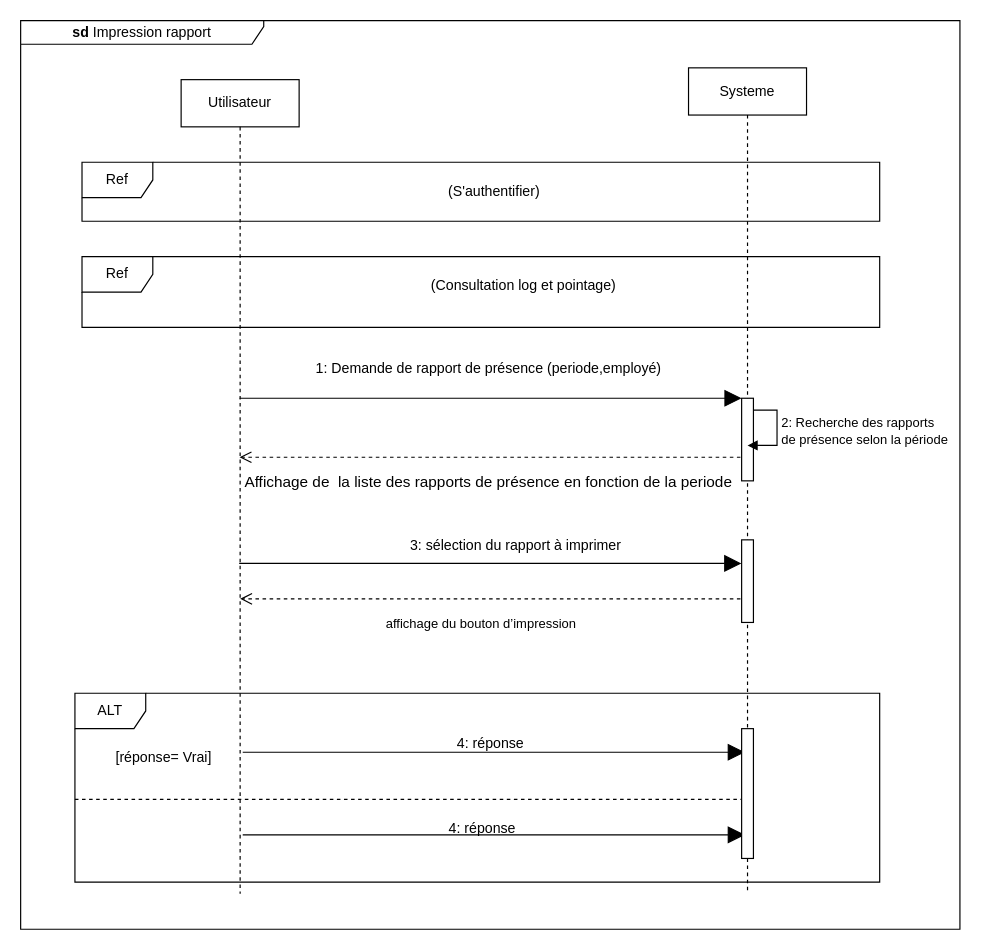
The draw.io diagram static/Diagramme De séquence rapport.drawio in Siluearsene/borne_biometrique, before the edit. Source tidied: cells renumbered, new cells numbered last; positions are measured from the earlier drawing's top-left corner, leaving out a move shared by most shapes. Both pictures are drawn from the tidied source at 118%, with x=0, y=0 at pixel (20, 20).
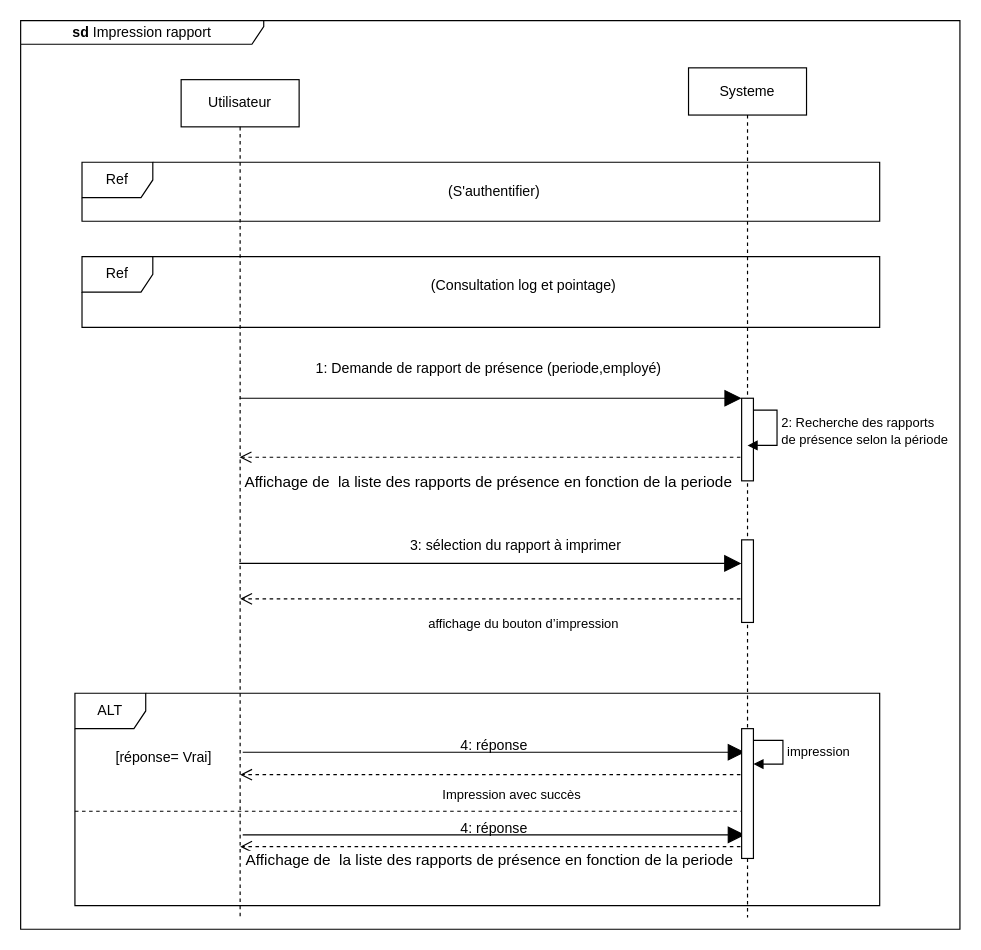
The same page after the edit.

Commit message (it also covers changes not shown here):
Mettre à jour Diagramme De séquence rapport.drawio

The change refers to these unchanged cells:
```xml
<mxCell id="19" style="html=1;verticalAlign=bottom;endArrow=open;dashed=1;endSize=8;edgeStyle=elbowEdgeStyle;elbow=vertical;curved=0;rounded=0;" parent="1" edge="1">
  <mxGeometry relative="1" as="geometry">
    <mxPoint x="610" y="490" as="sourcePoint" />
    <mxPoint x="186" y="490" as="targetPoint" />
    <Array as="points">
      <mxPoint x="419" y="490" />
    </Array>
  </mxGeometry>
</mxCell>
<mxCell id="28" style="html=1;points=[];perimeter=orthogonalPerimeter;outlineConnect=0;targetShapes=umlLifeline;portConstraint=eastwest;newEdgeStyle={&quot;edgeStyle&quot;:&quot;elbowEdgeStyle&quot;,&quot;elbow&quot;:&quot;vertical&quot;,&quot;curved&quot;:0,&quot;rounded&quot;:0};rounded=0;" parent="1" vertex="1">
  <mxGeometry x="611" y="600" width="10" height="110" as="geometry" />
</mxCell>
```

What changed in the source:
```diff
@@
     <mxCell id="3" value="Utilisateur" style="shape=umlLifeline;perimeter=lifelinePerimeter;whiteSpace=wrap;html=1;outlineConnect=0;portConstraint=eastwest;newEdgeStyle={&quot;edgeStyle&quot;:&quot;elbowEdgeStyle&quot;,&quot;elbow&quot;:&quot;vertical&quot;,&quot;curved&quot;:0,&quot;rounded&quot;:0};rounded=0;" parent="1" vertex="1">
-      <mxGeometry x="136" y="50" width="100" height="690" as="geometry" />
+      <mxGeometry x="136" y="50" width="100" height="710" as="geometry" />
     </mxCell>
     <mxCell id="4" value="Systeme" style="shape=umlLifeline;perimeter=lifelinePerimeter;whiteSpace=wrap;html=1;outlineConnect=0;portConstraint=eastwest;newEdgeStyle={&quot;edgeStyle&quot;:&quot;elbowEdgeStyle&quot;,&quot;elbow&quot;:&quot;vertical&quot;,&quot;curved&quot;:0,&quot;rounded&quot;:0};rounded=0;" parent="1" vertex="1">
-      <mxGeometry x="566" y="40" width="100" height="700" as="geometry" />
+      <mxGeometry x="566" y="40" width="100" height="720" as="geometry" />
     </mxCell>
@@
     <mxCell id="20" value="affichage du bouton d’impression" style="edgeLabel;html=1;align=center;verticalAlign=middle;" parent="19" vertex="1">
       <mxGeometry x="0.08" y="3" relative="1" as="geometry">
-        <mxPoint x="8" y="17" as="offset" />
+        <mxPoint x="44" y="17" as="offset" />
       </mxGeometry>
     </mxCell>
     <mxCell id="21" value="ALT" style="shape=umlFrame;whiteSpace=wrap;html=1;" parent="1" vertex="1">
-      <mxGeometry x="46" y="570" width="682" height="160" as="geometry" />
+      <mxGeometry x="46" y="570" width="682" height="180" as="geometry" />
     </mxCell>
@@
     <mxCell id="25" value="4: réponse" style="text;html=1;align=center;verticalAlign=middle;strokeColor=none;fillColor=none;" parent="1" vertex="1">
-      <mxGeometry x="358" y="598" width="80" height="30" as="geometry" />
+      <mxGeometry x="361" y="600" width="80" height="30" as="geometry" />
     </mxCell>
     <mxCell id="26" value="4: réponse" style="text;html=1;align=center;verticalAlign=middle;strokeColor=none;fillColor=none;" parent="1" vertex="1">
-      <mxGeometry x="351" y="670" width="80" height="30" as="geometry" />
+      <mxGeometry x="361" y="670" width="80" height="30" as="geometry" />
     </mxCell>
-    <mxCell id="27" style="endArrow=none;html=1;rounded=0;exitX=0;exitY=0.757;exitDx=0;exitDy=0;exitPerimeter=0;dashed=1;" parent="1" edge="1" target="28">
+    <mxCell id="27" style="endArrow=none;html=1;rounded=0;exitX=0;exitY=0.757;exitDx=0;exitDy=0;exitPerimeter=0;dashed=1;" parent="1" edge="1">
       <mxGeometry relative="1" as="geometry">
-        <mxPoint x="46" y="660" as="sourcePoint" />
+        <mxPoint x="46" y="670" as="sourcePoint" />
+        <mxPoint x="611" y="670" as="targetPoint" />
       </mxGeometry>
     </mxCell>
@@
+    <mxCell id="29" style="html=1;verticalAlign=bottom;endArrow=open;dashed=1;endSize=8;edgeStyle=elbowEdgeStyle;elbow=vertical;curved=0;rounded=0;" parent="1" edge="1">
+      <mxGeometry relative="1" as="geometry">
+        <mxPoint x="610" y="639" as="sourcePoint" />
+        <mxPoint x="186" y="639" as="targetPoint" />
+        <Array as="points">
+          <mxPoint x="419" y="639" />
+        </Array>
+      </mxGeometry>
+    </mxCell>
+    <mxCell id="30" value="Impression avec succès" style="edgeLabel;html=1;align=center;verticalAlign=middle;" parent="29" vertex="1">
+      <mxGeometry x="0.08" y="3" relative="1" as="geometry">
+        <mxPoint x="34" y="13" as="offset" />
+      </mxGeometry>
+    </mxCell>
+    <mxCell id="31" style="html=1;verticalAlign=bottom;endArrow=open;dashed=1;endSize=8;edgeStyle=elbowEdgeStyle;elbow=vertical;curved=0;rounded=0;" parent="1" edge="1">
+      <mxGeometry relative="1" as="geometry">
+        <mxPoint x="610" y="700" as="sourcePoint" />
+        <mxPoint x="186" y="700" as="targetPoint" />
+        <Array as="points">
+          <mxPoint x="419" y="700" />
+        </Array>
+      </mxGeometry>
+    </mxCell>
+    <mxCell id="32" value="&lt;font style=&quot;font-size: 13px;&quot;&gt;Affichage de&amp;nbsp; la liste des rapports de présence en fonction de la periode&amp;nbsp;&lt;/font&gt;" style="edgeLabel;html=1;align=center;verticalAlign=middle;rounded=0;" parent="31" vertex="1">
+      <mxGeometry x="0.12" y="1" relative="1" as="geometry">
+        <mxPoint x="25" y="9" as="offset" />
+      </mxGeometry>
+    </mxCell>
+    <mxCell id="33" value="impression" style="html=1;align=left;spacingLeft=2;endArrow=block;rounded=0;edgeStyle=orthogonalEdgeStyle;curved=0;rounded=0;" parent="1" edge="1" source="28">
+      <mxGeometry relative="1" as="geometry">
+        <mxPoint x="621" y="630" as="targetPoint" />
+        <Array as="points">
+          <mxPoint x="646" y="610" />
+          <mxPoint x="646" y="630" />
+        </Array>
+      </mxGeometry>
+    </mxCell>
```
